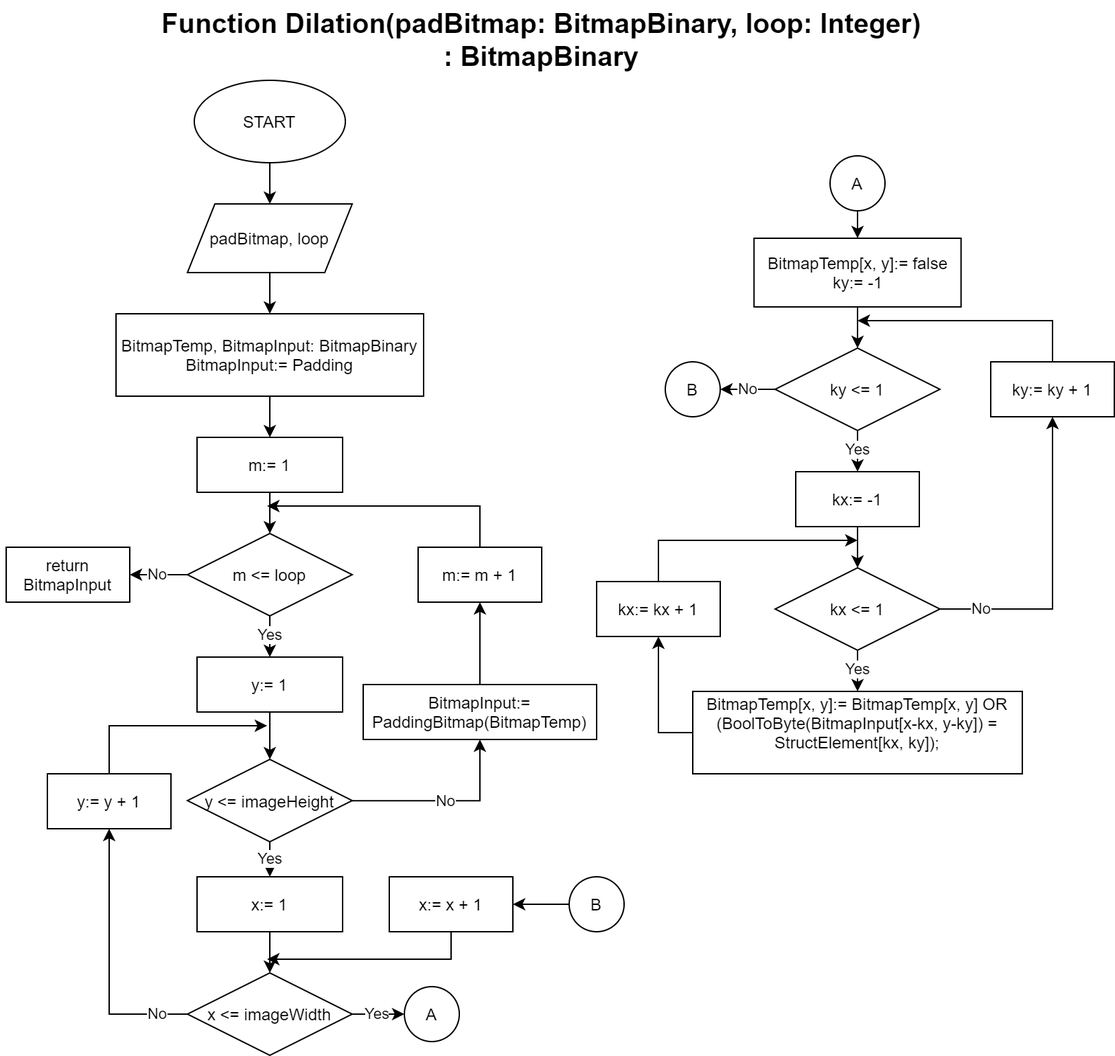
This is flowchart/.png/Dilation.png from ukayaj620/batikcomp, a draw.io export, as it was before one commit. Source tidied: cells renumbered, new cells last; positions are measured from the earlier drawing's top-left corner, leaving out a move shared by most shapes. The source it was exported from:
```xml
<mxGraphModel>
  <root>
    <mxCell id="0" />
    <mxCell id="1" parent="0" />
    <mxCell id="2" value="&lt;font style=&quot;font-size: 20px&quot;&gt;&lt;b&gt;Function Dilation(padBitmap: BitmapBinary, loop: Integer) : BitmapBinary&lt;/b&gt;&lt;/font&gt;" style="text;html=1;strokeColor=none;fillColor=none;align=center;verticalAlign=middle;whiteSpace=wrap;rounded=0;" parent="1" vertex="1">
      <mxGeometry x="110" width="560" height="20" as="geometry" />
    </mxCell>
    <mxCell id="3" style="edgeStyle=orthogonalEdgeStyle;rounded=0;jettySize=auto;html=1;" parent="1" edge="1" source="4" target="6">
      <mxGeometry relative="1" as="geometry" />
    </mxCell>
    <mxCell id="4" value="START" style="ellipse;whiteSpace=wrap;html=1;" parent="1" vertex="1">
      <mxGeometry x="137" y="40" width="110" height="60" as="geometry" />
    </mxCell>
    <mxCell id="5" style="edgeStyle=orthogonalEdgeStyle;rounded=0;jettySize=auto;html=1;" parent="1" edge="1" source="6" target="8">
      <mxGeometry relative="1" as="geometry" />
    </mxCell>
    <mxCell id="6" value="padBitmap, loop" style="shape=parallelogram;perimeter=parallelogramPerimeter;whiteSpace=wrap;html=1;fixedSize=1;" parent="1" vertex="1">
      <mxGeometry x="132" y="130" width="120" height="50" as="geometry" />
    </mxCell>
    <mxCell id="7" style="edgeStyle=orthogonalEdgeStyle;rounded=0;jettySize=auto;html=1;" parent="1" edge="1" source="8" target="10">
      <mxGeometry relative="1" as="geometry" />
    </mxCell>
    <mxCell id="8" value="BitmapTemp, BitmapInput: BitmapBinary&lt;br&gt;BitmapInput:= Padding" style="rounded=0;whiteSpace=wrap;html=1;" parent="1" vertex="1">
      <mxGeometry x="80" y="210" width="224" height="60" as="geometry" />
    </mxCell>
    <mxCell id="9" style="edgeStyle=orthogonalEdgeStyle;rounded=0;jettySize=auto;html=1;" parent="1" edge="1" source="10" target="14">
      <mxGeometry relative="1" as="geometry" />
    </mxCell>
    <mxCell id="10" value="m:= 1" style="rounded=0;whiteSpace=wrap;html=1;" parent="1" vertex="1">
      <mxGeometry x="139" y="300" width="106" height="40" as="geometry" />
    </mxCell>
    <mxCell id="11" style="edgeStyle=orthogonalEdgeStyle;rounded=0;orthogonalLoop=1;jettySize=auto;html=1;exitX=0.5;exitY=1;exitDx=0;exitDy=0;" parent="1" edge="1" source="10" target="10">
      <mxGeometry relative="1" as="geometry" />
    </mxCell>
    <mxCell id="12" value="Yes" style="edgeStyle=orthogonalEdgeStyle;rounded=0;jettySize=auto;html=1;" parent="1" edge="1" source="14" target="16">
      <mxGeometry relative="1" as="geometry" />
    </mxCell>
    <mxCell id="13" value="No" style="edgeStyle=orthogonalEdgeStyle;rounded=0;jettySize=auto;html=1;" parent="1" edge="1" source="14" target="30">
      <mxGeometry relative="1" as="geometry" />
    </mxCell>
    <mxCell id="14" value="m &amp;lt;= loop" style="rhombus;whiteSpace=wrap;html=1;" parent="1" vertex="1">
      <mxGeometry x="132" y="370" width="120" height="60" as="geometry" />
    </mxCell>
    <mxCell id="15" style="edgeStyle=orthogonalEdgeStyle;rounded=0;jettySize=auto;html=1;" parent="1" edge="1" source="16" target="19">
      <mxGeometry relative="1" as="geometry" />
    </mxCell>
    <mxCell id="16" value="y:= 1" style="rounded=0;whiteSpace=wrap;html=1;" parent="1" vertex="1">
      <mxGeometry x="139" y="460" width="106" height="40" as="geometry" />
    </mxCell>
    <mxCell id="17" value="Yes" style="edgeStyle=orthogonalEdgeStyle;rounded=0;jettySize=auto;html=1;" parent="1" edge="1" source="19" target="21">
      <mxGeometry relative="1" as="geometry" />
    </mxCell>
    <mxCell id="18" value="No" style="edgeStyle=orthogonalEdgeStyle;rounded=0;jettySize=auto;html=1;entryX=0.5;entryY=1;entryDx=0;entryDy=0;" parent="1" edge="1" source="19" target="32">
      <mxGeometry relative="1" as="geometry" />
    </mxCell>
    <mxCell id="19" value="y &amp;lt;= imageHeight" style="rhombus;whiteSpace=wrap;html=1;" parent="1" vertex="1">
      <mxGeometry x="132" y="534.5" width="120" height="60" as="geometry" />
    </mxCell>
    <mxCell id="20" style="edgeStyle=orthogonalEdgeStyle;rounded=0;jettySize=auto;html=1;" parent="1" edge="1" source="21" target="24">
      <mxGeometry relative="1" as="geometry" />
    </mxCell>
    <mxCell id="21" value="x:= 1" style="rounded=0;whiteSpace=wrap;html=1;" parent="1" vertex="1">
      <mxGeometry x="139" y="620" width="106" height="40" as="geometry" />
    </mxCell>
    <mxCell id="22" value="Yes" style="edgeStyle=orthogonalEdgeStyle;rounded=0;jettySize=auto;html=1;entryX=0;entryY=0.5;entryDx=0;entryDy=0;" parent="1" edge="1" source="24" target="25">
      <mxGeometry relative="1" as="geometry" />
    </mxCell>
    <mxCell id="23" value="No" style="edgeStyle=orthogonalEdgeStyle;rounded=0;jettySize=auto;html=1;entryX=0.5;entryY=1;entryDx=0;entryDy=0;" parent="1" edge="1" source="24" target="27">
      <mxGeometry x="-0.77" relative="1" as="geometry" />
    </mxCell>
    <mxCell id="24" value="x &amp;lt;= imageWidth" style="rhombus;whiteSpace=wrap;html=1;" parent="1" vertex="1">
      <mxGeometry x="132" y="690" width="120" height="60" as="geometry" />
    </mxCell>
    <mxCell id="25" value="A" style="ellipse;whiteSpace=wrap;html=1;" parent="1" vertex="1">
      <mxGeometry x="290" y="700" width="40" height="40" as="geometry" />
    </mxCell>
    <mxCell id="26" style="edgeStyle=orthogonalEdgeStyle;rounded=0;jettySize=auto;html=1;" parent="1" edge="1" source="27">
      <mxGeometry relative="1" as="geometry">
        <mxPoint x="190" y="510" as="targetPoint" />
        <Array as="points">
          <mxPoint x="75" y="510" />
        </Array>
      </mxGeometry>
    </mxCell>
    <mxCell id="27" value="y:= y + 1" style="rounded=0;whiteSpace=wrap;html=1;" parent="1" vertex="1">
      <mxGeometry x="30" y="545" width="90" height="40" as="geometry" />
    </mxCell>
    <mxCell id="28" style="edgeStyle=orthogonalEdgeStyle;rounded=0;jettySize=auto;html=1;" parent="1" edge="1" source="29">
      <mxGeometry relative="1" as="geometry">
        <mxPoint x="190" y="350" as="targetPoint" />
        <Array as="points">
          <mxPoint x="345" y="350" />
        </Array>
      </mxGeometry>
    </mxCell>
    <mxCell id="29" value="m:= m + 1" style="rounded=0;whiteSpace=wrap;html=1;" parent="1" vertex="1">
      <mxGeometry x="300" y="380" width="90" height="40" as="geometry" />
    </mxCell>
    <mxCell id="30" value="return BitmapInput" style="rounded=0;whiteSpace=wrap;html=1;" parent="1" vertex="1">
      <mxGeometry y="380" width="90" height="40" as="geometry" />
    </mxCell>
    <mxCell id="31" style="edgeStyle=orthogonalEdgeStyle;rounded=0;jettySize=auto;html=1;entryX=0.5;entryY=1;entryDx=0;entryDy=0;" parent="1" edge="1" source="32" target="29">
      <mxGeometry relative="1" as="geometry" />
    </mxCell>
    <mxCell id="32" value="BitmapInput:= PaddingBitmap(BitmapTemp)" style="rounded=0;whiteSpace=wrap;html=1;" parent="1" vertex="1">
      <mxGeometry x="260" y="480" width="170" height="40" as="geometry" />
    </mxCell>
    <mxCell id="33" style="edgeStyle=orthogonalEdgeStyle;rounded=0;jettySize=auto;html=1;" parent="1" edge="1" source="34" target="36">
      <mxGeometry relative="1" as="geometry" />
    </mxCell>
    <mxCell id="34" value="A" style="ellipse;whiteSpace=wrap;html=1;" parent="1" vertex="1">
      <mxGeometry x="600" y="95" width="40" height="40" as="geometry" />
    </mxCell>
    <mxCell id="35" style="edgeStyle=orthogonalEdgeStyle;rounded=0;jettySize=auto;html=1;" parent="1" edge="1" source="36" target="39">
      <mxGeometry relative="1" as="geometry" />
    </mxCell>
    <mxCell id="36" value="BitmapTemp[x, y]:= false&lt;br&gt;ky:= -1" style="rounded=0;whiteSpace=wrap;html=1;" parent="1" vertex="1">
      <mxGeometry x="544.6" y="155" width="150.8" height="50" as="geometry" />
    </mxCell>
    <mxCell id="37" value="Yes" style="edgeStyle=orthogonalEdgeStyle;rounded=0;jettySize=auto;html=1;" parent="1" edge="1" source="39" target="41">
      <mxGeometry relative="1" as="geometry" />
    </mxCell>
    <mxCell id="38" value="No" style="edgeStyle=orthogonalEdgeStyle;rounded=0;jettySize=auto;html=1;entryX=1;entryY=0.5;entryDx=0;entryDy=0;" parent="1" edge="1" source="39" target="51">
      <mxGeometry relative="1" as="geometry" />
    </mxCell>
    <mxCell id="39" value="ky &amp;lt;= 1" style="rhombus;whiteSpace=wrap;html=1;" parent="1" vertex="1">
      <mxGeometry x="560" y="235" width="120" height="60" as="geometry" />
    </mxCell>
    <mxCell id="40" style="edgeStyle=orthogonalEdgeStyle;rounded=0;jettySize=auto;html=1;" parent="1" edge="1" source="41" target="44">
      <mxGeometry relative="1" as="geometry" />
    </mxCell>
    <mxCell id="41" value="kx:= -1" style="rounded=0;whiteSpace=wrap;html=1;" parent="1" vertex="1">
      <mxGeometry x="575" y="325" width="90" height="40" as="geometry" />
    </mxCell>
    <mxCell id="42" value="Yes" style="edgeStyle=orthogonalEdgeStyle;rounded=0;jettySize=auto;html=1;" parent="1" edge="1" source="44" target="45">
      <mxGeometry relative="1" as="geometry" />
    </mxCell>
    <mxCell id="43" value="No" style="edgeStyle=orthogonalEdgeStyle;rounded=0;jettySize=auto;html=1;entryX=0.5;entryY=1;entryDx=0;entryDy=0;" parent="1" edge="1" source="44" target="50">
      <mxGeometry x="-0.73" relative="1" as="geometry" />
    </mxCell>
    <mxCell id="44" value="kx &amp;lt;= 1" style="rhombus;whiteSpace=wrap;html=1;" parent="1" vertex="1">
      <mxGeometry x="560" y="395" width="120" height="60" as="geometry" />
    </mxCell>
    <mxCell id="45" value="&#10;BitmapTemp[x, y]:= BitmapTemp[x, y] &lt;span class=&quot;pl-k&quot;&gt;OR&lt;/span&gt; (BoolToByte(BitmapInput[x-kx, y-ky]) = StructElement[kx, ky]);&#10;&#10;" style="whiteSpace=wrap;html=1;verticalAlign=middle;" parent="1" vertex="1">
      <mxGeometry x="500" y="485" width="240" height="60" as="geometry" />
    </mxCell>
    <mxCell id="46" style="edgeStyle=orthogonalEdgeStyle;rounded=0;jettySize=auto;html=1;entryX=0.5;entryY=1;entryDx=0;entryDy=0;exitX=0;exitY=0.5;exitDx=0;exitDy=0;" parent="1" edge="1" source="45" target="48">
      <mxGeometry relative="1" as="geometry" />
    </mxCell>
    <mxCell id="47" style="edgeStyle=orthogonalEdgeStyle;rounded=0;jettySize=auto;html=1;" parent="1" edge="1" source="48">
      <mxGeometry relative="1" as="geometry">
        <mxPoint x="620" y="375" as="targetPoint" />
        <Array as="points">
          <mxPoint x="475" y="375" />
        </Array>
      </mxGeometry>
    </mxCell>
    <mxCell id="48" value="kx:= kx + 1" style="rounded=0;whiteSpace=wrap;html=1;" parent="1" vertex="1">
      <mxGeometry x="430" y="405" width="90" height="40" as="geometry" />
    </mxCell>
    <mxCell id="49" style="edgeStyle=orthogonalEdgeStyle;rounded=0;jettySize=auto;html=1;" parent="1" edge="1" source="50">
      <mxGeometry relative="1" as="geometry">
        <mxPoint x="620" y="215" as="targetPoint" />
        <Array as="points">
          <mxPoint x="762" y="215" />
        </Array>
      </mxGeometry>
    </mxCell>
    <mxCell id="50" value="ky:= ky + 1" style="rounded=0;whiteSpace=wrap;html=1;" parent="1" vertex="1">
      <mxGeometry x="717" y="245" width="90" height="40" as="geometry" />
    </mxCell>
    <mxCell id="51" value="B" style="ellipse;whiteSpace=wrap;html=1;" parent="1" vertex="1">
      <mxGeometry x="480" y="245" width="40" height="40" as="geometry" />
    </mxCell>
    <mxCell id="52" style="edgeStyle=orthogonalEdgeStyle;rounded=0;jettySize=auto;html=1;" parent="1" edge="1" source="53" target="55">
      <mxGeometry relative="1" as="geometry" />
    </mxCell>
    <mxCell id="53" value="B" style="ellipse;whiteSpace=wrap;html=1;" parent="1" vertex="1">
      <mxGeometry x="410" y="620" width="40" height="40" as="geometry" />
    </mxCell>
    <mxCell id="54" style="edgeStyle=orthogonalEdgeStyle;rounded=0;jettySize=auto;html=1;" parent="1" edge="1" source="55">
      <mxGeometry relative="1" as="geometry">
        <mxPoint x="190" y="680" as="targetPoint" />
        <Array as="points">
          <mxPoint x="324" y="680" />
        </Array>
      </mxGeometry>
    </mxCell>
    <mxCell id="55" value="x:= x + 1" style="rounded=0;whiteSpace=wrap;html=1;" parent="1" vertex="1">
      <mxGeometry x="279" y="620" width="90" height="40" as="geometry" />
    </mxCell>
  </root>
</mxGraphModel>
```
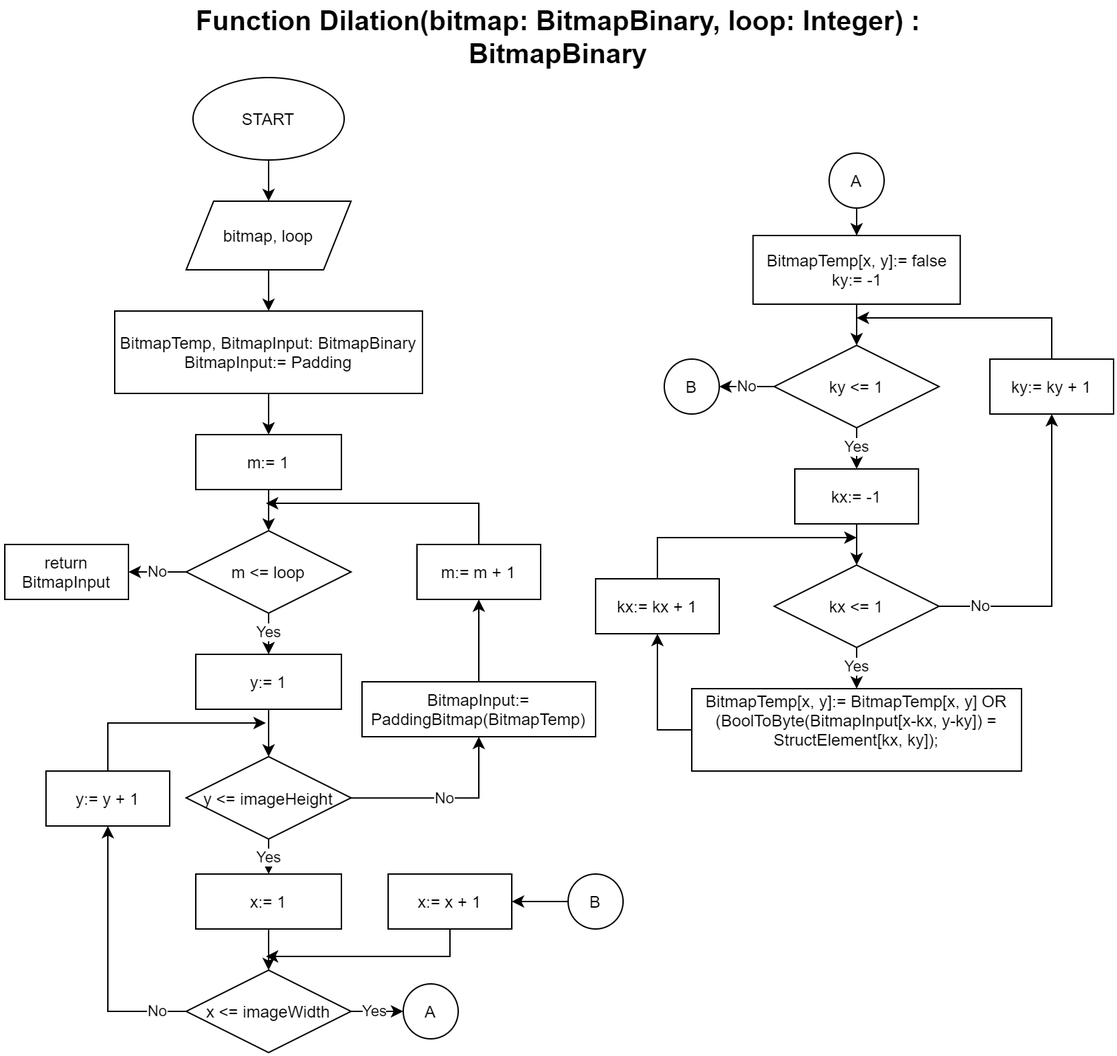
Later version of the same file.

Commit message:
docs: update dilation method

Change to the diagram source:
```diff
@@ -2,8 +2,8 @@
   <root>
     <mxCell id="0" />
     <mxCell id="1" parent="0" />
-    <mxCell id="2" value="&lt;font style=&quot;font-size: 20px&quot;&gt;&lt;b&gt;Function Dilation(padBitmap: BitmapBinary, loop: Integer) : BitmapBinary&lt;/b&gt;&lt;/font&gt;" style="text;html=1;strokeColor=none;fillColor=none;align=center;verticalAlign=middle;whiteSpace=wrap;rounded=0;" parent="1" vertex="1">
-      <mxGeometry x="110" width="560" height="20" as="geometry" />
+    <mxCell id="2" value="&lt;font style=&quot;font-size: 20px&quot;&gt;&lt;b&gt;Function Dilation(bitmap: BitmapBinary, loop: Integer) : BitmapBinary&lt;/b&gt;&lt;/font&gt;" style="text;html=1;strokeColor=none;fillColor=none;align=center;verticalAlign=middle;whiteSpace=wrap;rounded=0;" parent="1" vertex="1">
+      <mxGeometry x="123" width="560" height="20" as="geometry" />
     </mxCell>
     <mxCell id="3" style="edgeStyle=orthogonalEdgeStyle;rounded=0;jettySize=auto;html=1;" parent="1" edge="1" source="4" target="6">
       <mxGeometry relative="1" as="geometry" />
@@ -14,7 +14,7 @@
     <mxCell id="5" style="edgeStyle=orthogonalEdgeStyle;rounded=0;jettySize=auto;html=1;" parent="1" edge="1" source="6" target="8">
       <mxGeometry relative="1" as="geometry" />
     </mxCell>
-    <mxCell id="6" value="padBitmap, loop" style="shape=parallelogram;perimeter=parallelogramPerimeter;whiteSpace=wrap;html=1;fixedSize=1;" parent="1" vertex="1">
+    <mxCell id="6" value="bitmap, loop" style="shape=parallelogram;perimeter=parallelogramPerimeter;whiteSpace=wrap;html=1;fixedSize=1;" parent="1" vertex="1">
       <mxGeometry x="132" y="130" width="120" height="50" as="geometry" />
     </mxCell>
     <mxCell id="7" style="edgeStyle=orthogonalEdgeStyle;rounded=0;jettySize=auto;html=1;" parent="1" edge="1" source="8" target="10">
```
